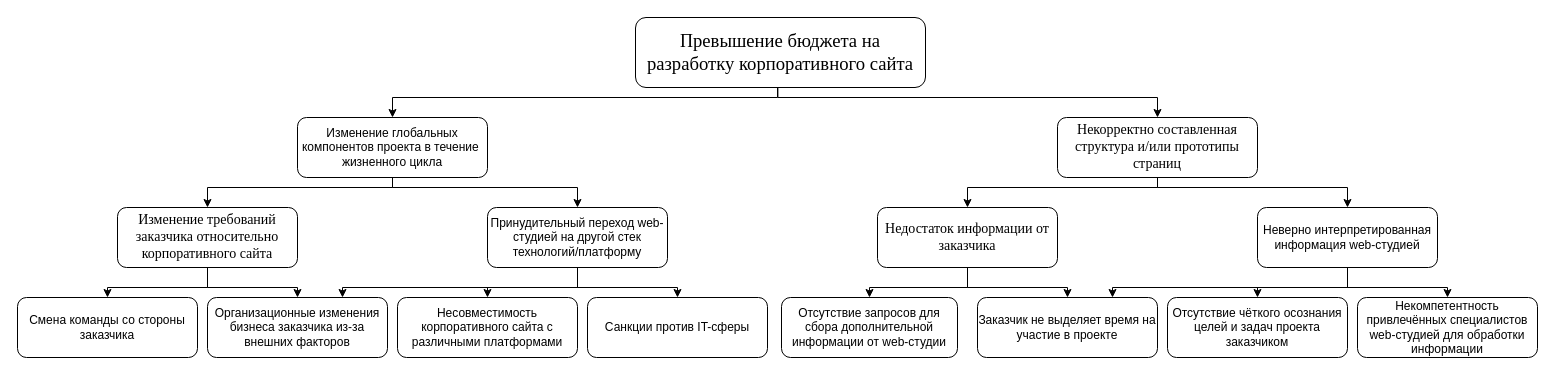
Before: page "Дерево причин" (7 of 8) of 3 курс/5 семестр/ТСиСА/Курсовая/модели2ч.drawio in Luzinsan/tusur, a draw.io diagram. Source tidied: cells renumbered, new cells numbered last; positions are measured from the earlier drawing's top-left corner, leaving out a move shared by most shapes. Both pictures are drawn from the tidied source at 100%, with x=0, y=0 at pixel (17, 17).
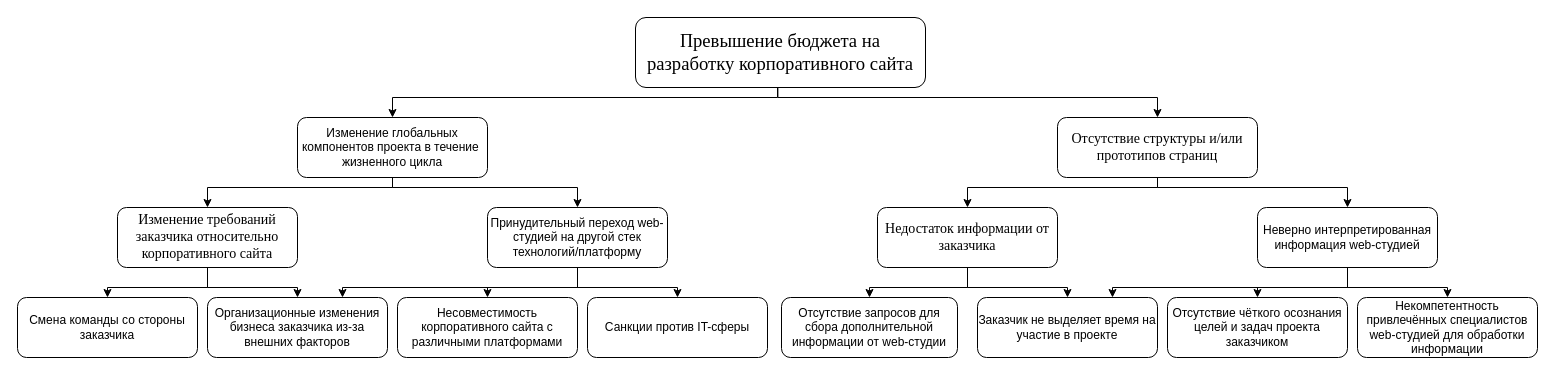
Above is the later version.

Change to the diagram source:
```diff
@@
-    <mxCell id="10" value="Некорректно составленная структура и/или прототипы страниц" style="rounded=1;whiteSpace=wrap;html=1;fontFamily=Times New Roman;fontSize=14;" parent="1" vertex="1">
+    <mxCell id="10" value="Отсутствие структуры и/или прототипов страниц" style="rounded=1;whiteSpace=wrap;html=1;fontFamily=Times New Roman;fontSize=14;" parent="1" vertex="1">
       <mxGeometry x="1040" y="100" width="200" height="60" as="geometry" />
     </mxCell>
```
